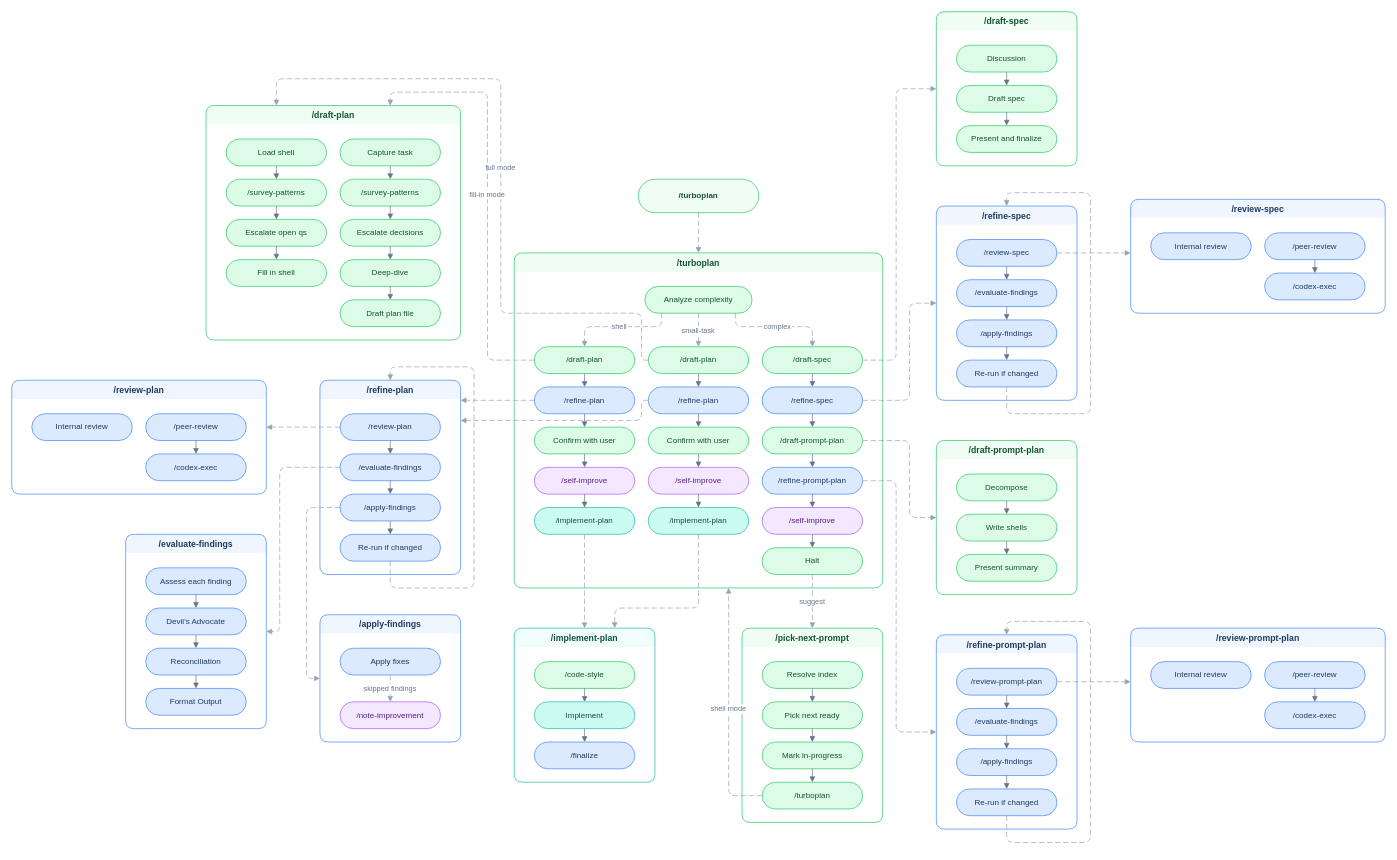
Earlier version of the draw.io diagram assets/how-turboplan-connects.drawio (tobihagemann/turbo). Source tidied: cells renumbered, new cells numbered last; positions are measured from the earlier drawing's top-left corner, leaving out a move shared by most shapes. Both pictures are drawn from the tidied source at 67%, with x=0, y=0 at pixel (11, 11).
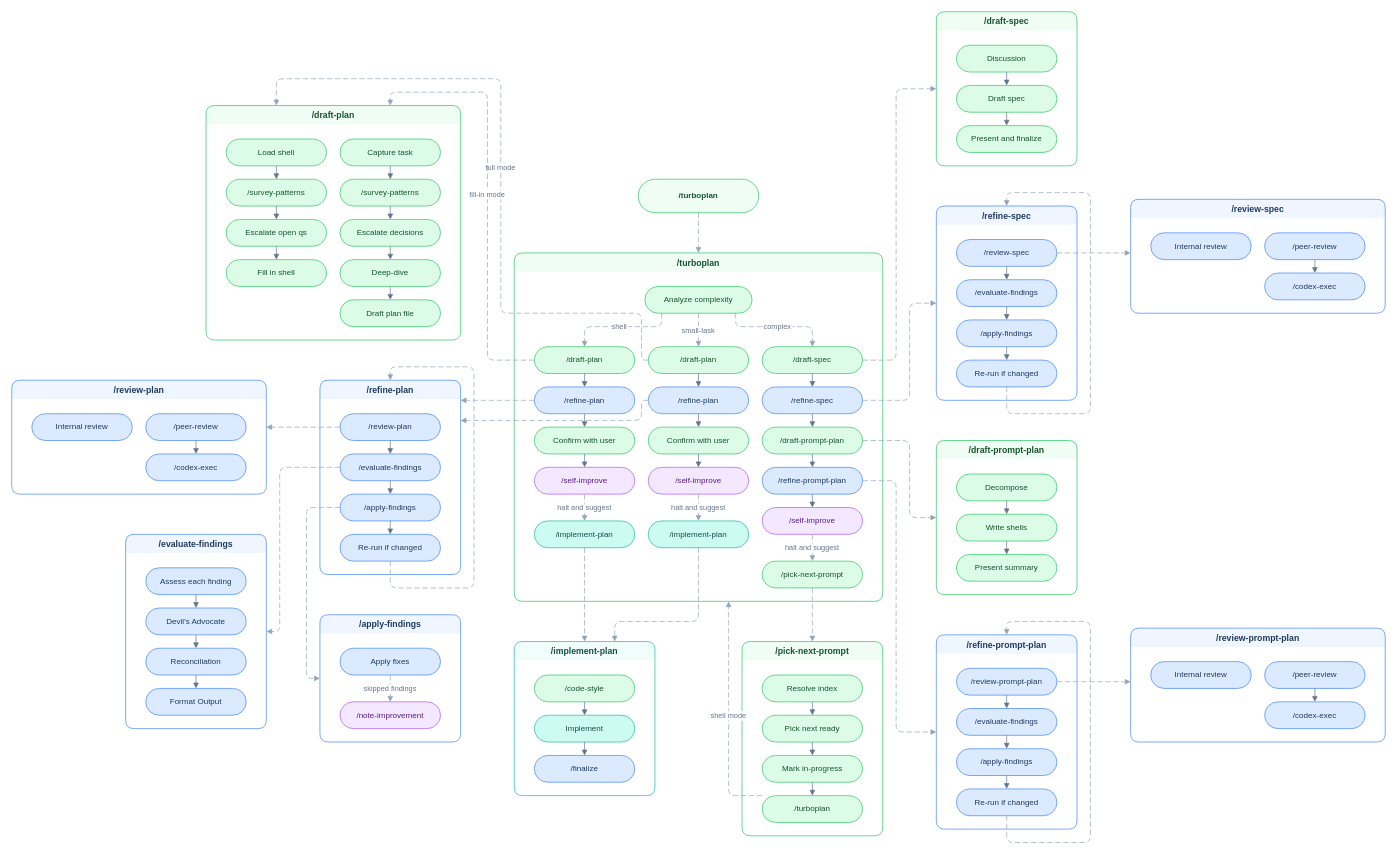
Above is the later version.

Commit message (it also covers changes not shown here):
Label turboplan halt paths and rename complex-mode terminal to /pick-next-prompt

Unchanged cells that the change refers to:
```xml
<mxCell id="9" value="/self-improve" style="rounded=1;whiteSpace=wrap;html=1;arcSize=50;fillColor=#f3e8ff;strokeColor=#a855f7;fontColor=#581c87;fontSize=12;" parent="4" vertex="1">
  <mxGeometry x="30" y="320" width="150" height="40" as="geometry" />
</mxCell>
<mxCell id="14" value="/self-improve" style="rounded=1;whiteSpace=wrap;html=1;arcSize=50;fillColor=#f3e8ff;strokeColor=#a855f7;fontColor=#581c87;fontSize=12;" parent="4" vertex="1">
  <mxGeometry x="200" y="320" width="150" height="40" as="geometry" />
</mxCell>
<mxCell id="20" value="/self-improve" style="rounded=1;whiteSpace=wrap;html=1;arcSize=50;fillColor=#f3e8ff;strokeColor=#a855f7;fontColor=#581c87;fontSize=12;" parent="4" vertex="1">
  <mxGeometry x="370" y="380" width="150" height="40" as="geometry" />
</mxCell>
```

The edit, as a diff of the source:
```diff
@@
     <mxCell id="4" value="/turboplan" style="swimlane;startSize=28;rounded=1;fillColor=#f0fdf4;strokeColor=#22c55e;fontColor=#14532d;fontStyle=1;fontSize=13;swimlaneLine=0;" parent="1" vertex="1">
-      <mxGeometry x="750" y="360" width="550" height="500" as="geometry" />
+      <mxGeometry x="750" y="360" width="550" height="520" as="geometry" />
     </mxCell>
@@
     <mxCell id="10" value="/implement-plan" style="rounded=1;whiteSpace=wrap;html=1;arcSize=50;fillColor=#ccfbf1;strokeColor=#14b8a6;fontColor=#134e4a;fontSize=12;" parent="4" vertex="1">
-      <mxGeometry x="30" y="380" width="150" height="40" as="geometry" />
+      <mxGeometry x="30" y="400" width="150" height="40" as="geometry" />
     </mxCell>
@@
     <mxCell id="15" value="/implement-plan" style="rounded=1;whiteSpace=wrap;html=1;arcSize=50;fillColor=#ccfbf1;strokeColor=#14b8a6;fontColor=#134e4a;fontSize=12;" parent="4" vertex="1">
-      <mxGeometry x="200" y="380" width="150" height="40" as="geometry" />
+      <mxGeometry x="200" y="400" width="150" height="40" as="geometry" />
     </mxCell>
@@
-    <mxCell id="21" value="Halt" style="rounded=1;whiteSpace=wrap;html=1;arcSize=50;fillColor=#dcfce7;strokeColor=#22c55e;fontColor=#14532d;fontSize=12;" parent="4" vertex="1">
-      <mxGeometry x="370" y="440" width="150" height="40" as="geometry" />
+    <mxCell id="21" value="/pick-next-prompt" style="rounded=1;whiteSpace=wrap;html=1;arcSize=50;fillColor=#dcfce7;strokeColor=#22c55e;fontColor=#14532d;fontSize=12;" parent="4" vertex="1">
+      <mxGeometry x="370" y="460" width="150" height="40" as="geometry" />
     </mxCell>
@@
-    <mxCell id="28" style="endArrow=block;endFill=1;rounded=1;edgeStyle=orthogonalEdgeStyle;strokeColor=#64748b;" parent="4" edge="1" source="9" target="10">
+    <mxCell id="28" value="halt and suggest" style="dashed=1;dashPattern=8 4;endArrow=block;endFill=1;rounded=1;edgeStyle=orthogonalEdgeStyle;strokeColor=#94a3b8;fontSize=11;fontColor=#64748b;" parent="4" edge="1" source="9" target="10">
       <mxGeometry relative="1" as="geometry" />
     </mxCell>
@@
-    <mxCell id="32" style="endArrow=block;endFill=1;rounded=1;edgeStyle=orthogonalEdgeStyle;strokeColor=#64748b;" parent="4" edge="1" source="14" target="15">
+    <mxCell id="32" value="halt and suggest" style="dashed=1;dashPattern=8 4;endArrow=block;endFill=1;rounded=1;edgeStyle=orthogonalEdgeStyle;strokeColor=#94a3b8;fontSize=11;fontColor=#64748b;" parent="4" edge="1" source="14" target="15">
       <mxGeometry relative="1" as="geometry" />
     </mxCell>
@@
-    <mxCell id="37" style="endArrow=block;endFill=1;rounded=1;edgeStyle=orthogonalEdgeStyle;strokeColor=#64748b;" parent="4" edge="1" source="20" target="21">
+    <mxCell id="37" value="halt and suggest" style="dashed=1;dashPattern=8 4;endArrow=block;endFill=1;rounded=1;edgeStyle=orthogonalEdgeStyle;strokeColor=#94a3b8;fontSize=11;fontColor=#64748b;" parent="4" edge="1" source="20" target="21">
       <mxGeometry relative="1" as="geometry" />
     </mxCell>
@@
     <mxCell id="64" value="/implement-plan" style="swimlane;startSize=28;rounded=1;fillColor=#f0fdfa;strokeColor=#14b8a6;fontColor=#134e4a;fontStyle=1;fontSize=13;swimlaneLine=0;" parent="1" vertex="1">
-      <mxGeometry x="750" y="920" width="210" height="230" as="geometry" />
+      <mxGeometry x="750" y="940" width="210" height="230" as="geometry" />
     </mxCell>
@@
     <mxCell id="109" value="/pick-next-prompt" style="swimlane;startSize=28;rounded=1;fillColor=#f0fdf4;strokeColor=#22c55e;fontColor=#14532d;fontStyle=1;fontSize=13;swimlaneLine=0;" parent="1" vertex="1">
-      <mxGeometry x="1090" y="920" width="210" height="290" as="geometry" />
+      <mxGeometry x="1090" y="940" width="210" height="290" as="geometry" />
     </mxCell>
@@
     <mxCell id="120" style="dashed=1;dashPattern=8 4;endArrow=block;endFill=1;rounded=1;edgeStyle=orthogonalEdgeStyle;strokeColor=#94a3b8;fontSize=11;fontColor=#64748b;" parent="1" edge="1" source="15" target="64">
       <mxGeometry relative="1" as="geometry">
         <Array as="points">
-          <mxPoint x="1025" y="890" />
-          <mxPoint x="900" y="890" />
+          <mxPoint x="1025" y="910" />
+          <mxPoint x="900" y="910" />
         </Array>
       </mxGeometry>
     </mxCell>
@@
-    <mxCell id="151" value="suggest" style="dashed=1;dashPattern=8 4;endArrow=block;endFill=1;rounded=1;edgeStyle=orthogonalEdgeStyle;strokeColor=#94a3b8;fontSize=11;fontColor=#64748b;" parent="1" edge="1" source="21" target="109">
+    <mxCell id="151" style="dashed=1;dashPattern=8 4;endArrow=block;endFill=1;rounded=1;edgeStyle=orthogonalEdgeStyle;strokeColor=#94a3b8;fontSize=11;fontColor=#64748b;" parent="1" edge="1" source="21" target="109">
       <mxGeometry relative="1" as="geometry" />
     </mxCell>
```
